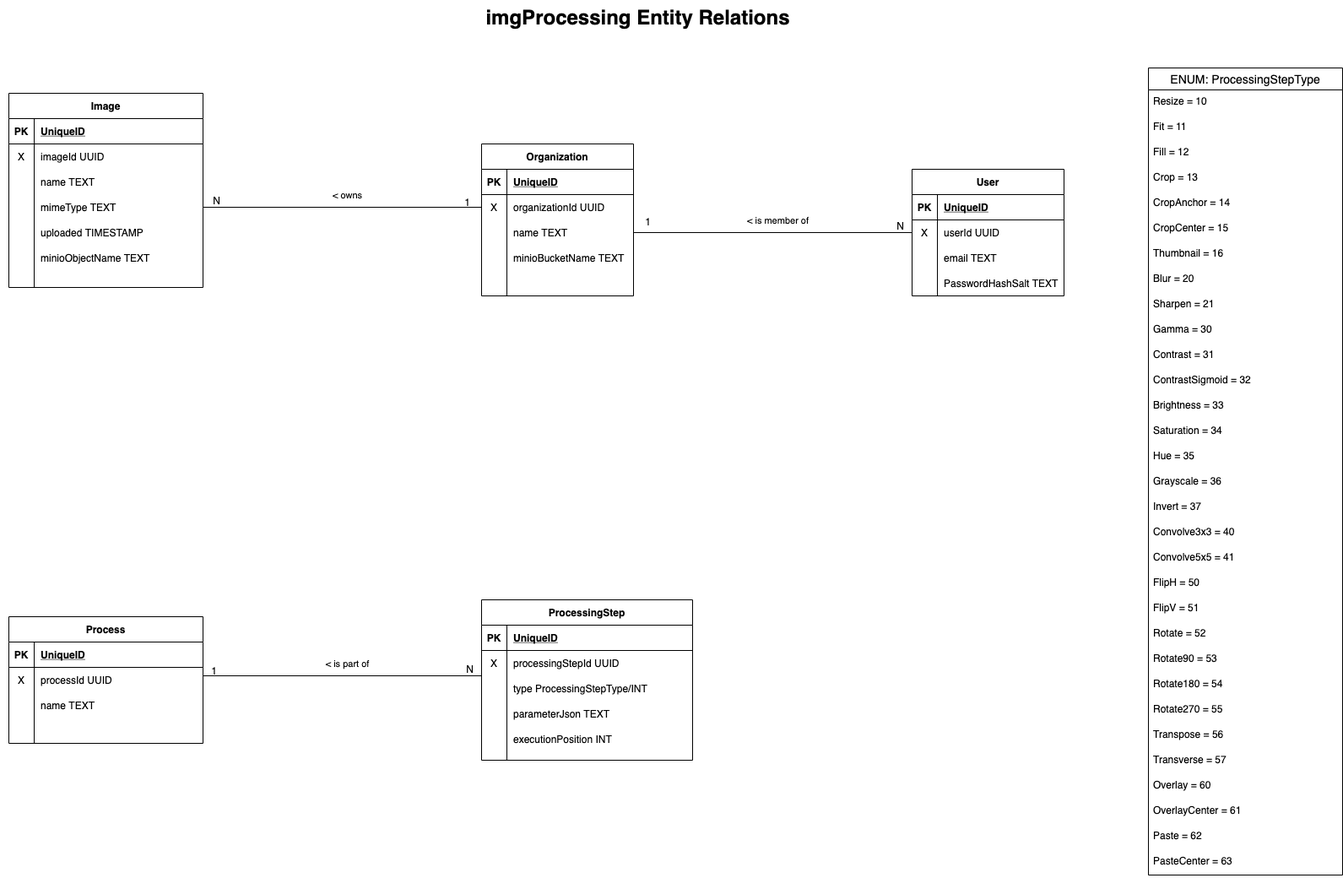
The draw.io diagram doc/images/db_model.png in eikona-org/eikona, before a commit. Source tidied: cells renumbered, new cells last; positions are measured from the earlier drawing's top-left corner, leaving out a move shared by most shapes.
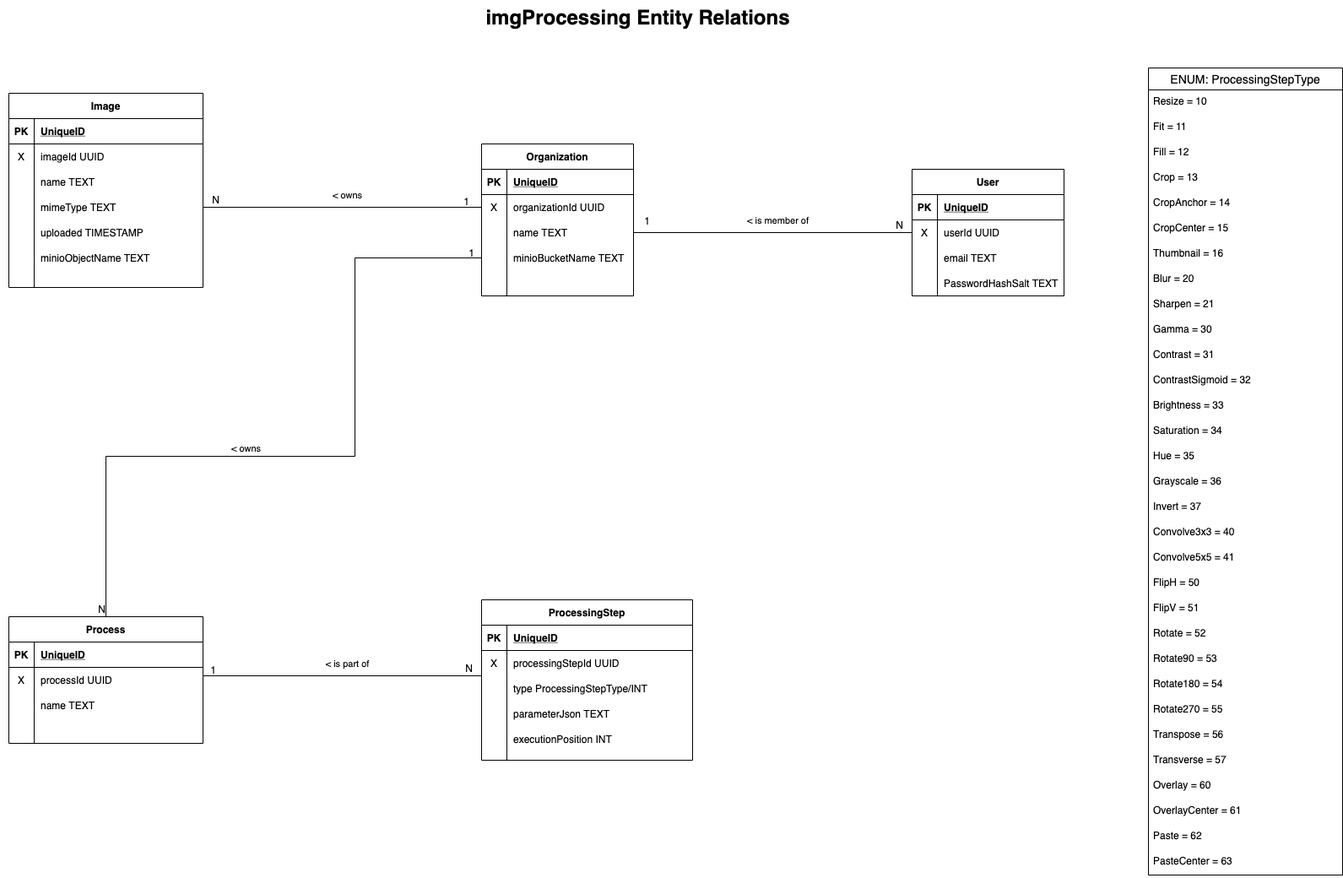
The same file after the commit.

Diff of the diagram source:
```diff
@@ -397,5 +397,25 @@
         <mxPoint x="125" y="340" as="targetPoint" />
       </mxGeometry>
     </mxCell>
+    <mxCell id="126" style="endArrow=none;html=1;rounded=0;exitX=0;exitY=0.5;exitDx=0;exitDy=0;entryX=0.5;entryY=0;entryDx=0;entryDy=0;" parent="1" edge="1" source="32" target="60">
+      <mxGeometry relative="1" as="geometry">
+        <Array as="points">
+          <mxPoint x="420" y="305" />
+          <mxPoint x="420" y="540" />
+          <mxPoint x="125" y="540" />
+        </Array>
+      </mxGeometry>
+    </mxCell>
+    <mxCell id="127" value="N" style="html=1;align=right;verticalAlign=bottom;" parent="126" vertex="1">
+      <mxGeometry x="1" relative="1" as="geometry" />
+    </mxCell>
+    <mxCell id="128" value="1" style="html=1;align=right;verticalAlign=bottom;" parent="1" vertex="1">
+      <mxGeometry x="780" y="280" as="geometry">
+        <mxPoint x="-218" y="28" as="offset" />
+      </mxGeometry>
+    </mxCell>
+    <mxCell id="129" value="&amp;lt; owns" style="edgeLabel;html=1;align=center;verticalAlign=middle;" parent="1" vertex="1">
+      <mxGeometry x="290" y="530" as="geometry" />
+    </mxCell>
   </root>
 </mxGraphModel>
```
